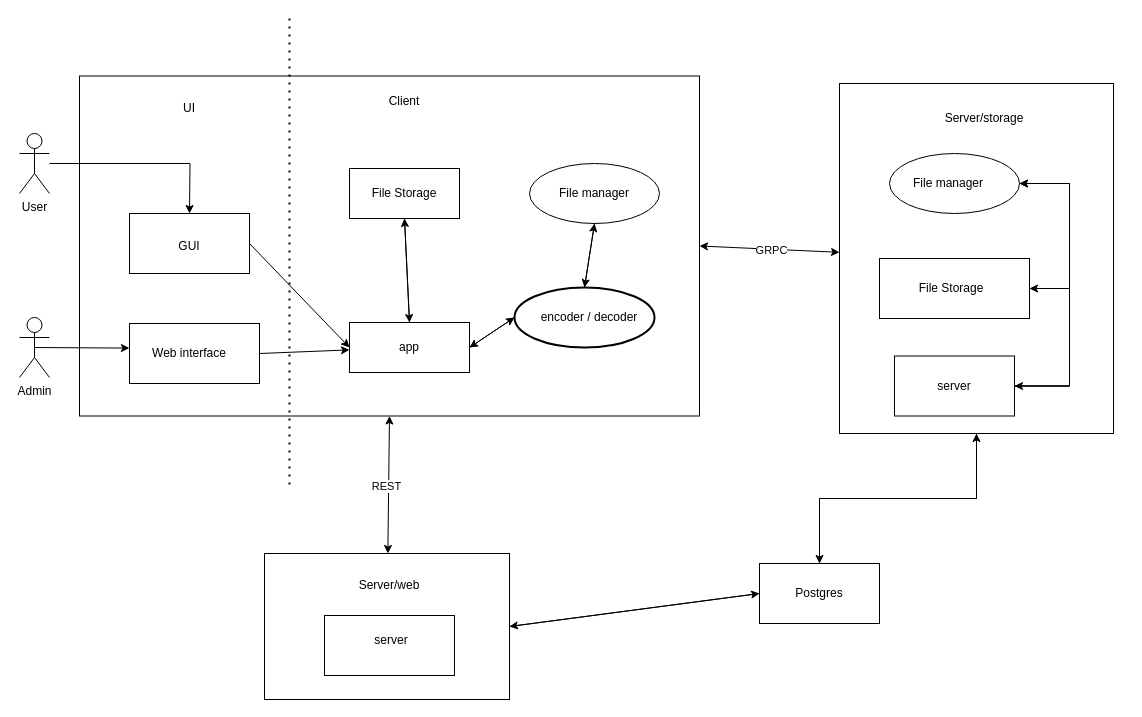
Before: schema.drawio in vasiliyantufev/GophKeeper, a draw.io diagram. Source tidied: cells renumbered, new cells numbered last; positions are measured from the earlier drawing's top-left corner, leaving out a move shared by most shapes. Both pictures are drawn from the tidied source at 100%, with x=0, y=0 at pixel (19, 18).
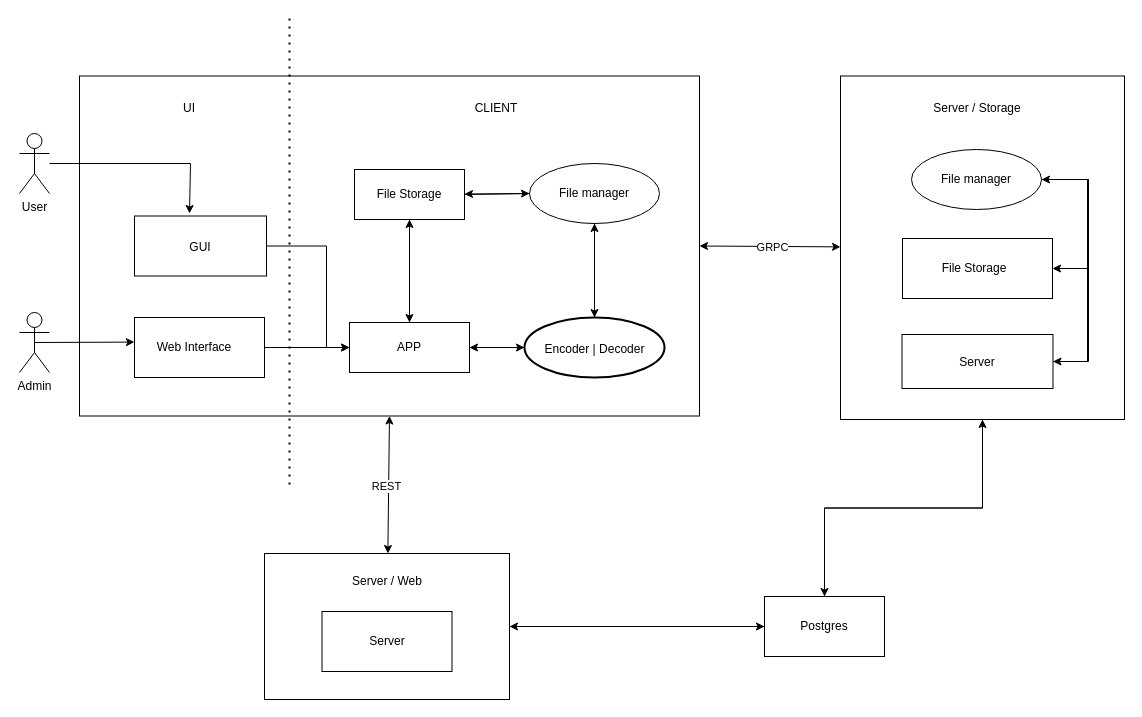
The same diagram, later.

The change refers to these unchanged cells:
```xml
<mxCell id="19" style="ellipse;whiteSpace=wrap;html=1;" parent="18" vertex="1">
  <mxGeometry width="130" height="60" as="geometry" />
</mxCell>
<mxCell id="37" value="User" style="shape=umlActor;verticalLabelPosition=bottom;verticalAlign=top;html=1;outlineConnect=0;" parent="1" vertex="1">
  <mxGeometry y="115" width="30" height="60" as="geometry" />
</mxCell>
```

The edit, as a diff of the source:
```diff
@@
     <mxCell id="3" style="rounded=0;whiteSpace=wrap;html=1;" parent="1" vertex="1">
-      <mxGeometry x="820" y="65" width="274" height="350" as="geometry" />
+      <mxGeometry x="821" y="57.5" width="284" height="343.5" as="geometry" />
     </mxCell>
@@
-    <mxCell id="7" value="app" style="html=1;whiteSpace=wrap;" parent="1" vertex="1">
+    <mxCell id="7" value="APP" style="html=1;whiteSpace=wrap;" parent="1" vertex="1">
       <mxGeometry x="330" y="304" width="120" height="50" as="geometry" />
     </mxCell>
@@
+    <mxCell id="59" style="edgeStyle=none;rounded=0;jettySize=auto;html=1;exitX=1;exitY=0.5;exitDx=0;exitDy=0;entryX=0;entryY=0.5;entryDx=0;entryDy=0;" parent="1" edge="1" source="9" target="19">
+      <mxGeometry relative="1" as="geometry" />
+    </mxCell>
     <mxCell id="9" value="&lt;div&gt;File Storage&lt;/div&gt;" style="html=1;whiteSpace=wrap;" parent="1" vertex="1">
-      <mxGeometry x="330" y="150" width="110" height="50" as="geometry" />
+      <mxGeometry x="335" y="151" width="110" height="50" as="geometry" />
     </mxCell>
@@
     <mxCell id="12" style="strokeWidth=2;html=1;shape=mxgraph.flowchart.start_1;whiteSpace=wrap;" parent="1" vertex="1">
-      <mxGeometry x="495" y="269" width="140" height="60" as="geometry" />
+      <mxGeometry x="505" y="299" width="140" height="60" as="geometry" />
     </mxCell>
-    <mxCell id="13" style="edgeStyle=orthogonalEdgeStyle;rounded=0;jettySize=auto;html=1;exitX=1;exitY=0.5;exitDx=0;exitDy=0;entryX=1;entryY=0.5;entryDx=0;entryDy=0;" parent="1" edge="1" source="14" target="43">
-      <mxGeometry relative="1" as="geometry">
-        <Array as="points">
-          <mxPoint x="1050" y="270" />
-          <mxPoint x="1050" y="165" />
-        </Array>
-      </mxGeometry>
-    </mxCell>
-    <mxCell id="14" style="rounded=0;whiteSpace=wrap;html=1;" parent="1" vertex="1">
-      <mxGeometry x="860" y="240" width="150" height="60" as="geometry" />
-    </mxCell>
-    <mxCell id="15" style="rounded=0;whiteSpace=wrap;html=1;" parent="1" vertex="1">
-      <mxGeometry x="305" y="597" width="130" height="60" as="geometry" />
-    </mxCell>
@@
-    <mxCell id="17" value="encoder / decoder" style="text;html=1;strokeColor=none;fillColor=none;align=center;verticalAlign=middle;whiteSpace=wrap;rounded=0;" parent="1" vertex="1">
-      <mxGeometry x="520" y="284" width="100" height="30" as="geometry" />
+    <mxCell id="17" value="Encoder | Decoder" style="text;html=1;strokeColor=none;fillColor=none;align=center;verticalAlign=middle;whiteSpace=wrap;rounded=0;" parent="1" vertex="1">
+      <mxGeometry x="519.5" y="316" width="111" height="30" as="geometry" />
     </mxCell>
@@
-    <mxCell id="21" value="Server/storage" style="text;html=1;strokeColor=none;fillColor=none;align=center;verticalAlign=middle;whiteSpace=wrap;rounded=0;" parent="1" vertex="1">
-      <mxGeometry x="900" y="85" width="130" height="30" as="geometry" />
+    <mxCell id="21" value="Server / Storage" style="text;html=1;strokeColor=none;fillColor=none;align=center;verticalAlign=middle;whiteSpace=wrap;rounded=0;" parent="1" vertex="1">
+      <mxGeometry x="893" y="75" width="130" height="30" as="geometry" />
     </mxCell>
-    <mxCell id="22" value="server" style="text;html=1;strokeColor=none;fillColor=none;align=center;verticalAlign=middle;whiteSpace=wrap;rounded=0;" parent="1" vertex="1">
-      <mxGeometry x="342" y="607" width="60" height="30" as="geometry" />
-    </mxCell>
-    <mxCell id="23" value="&lt;div&gt;Client&lt;/div&gt;&lt;div&gt;&lt;br&gt;&lt;/div&gt;" style="text;html=1;strokeColor=none;fillColor=none;align=center;verticalAlign=middle;whiteSpace=wrap;rounded=0;" parent="1" vertex="1">
-      <mxGeometry x="355" y="75" width="60" height="30" as="geometry" />
+    <mxCell id="23" value="CLIENT" style="text;html=1;strokeColor=none;fillColor=none;align=center;verticalAlign=middle;whiteSpace=wrap;rounded=0;" parent="1" vertex="1">
+      <mxGeometry x="447" y="75" width="60" height="30" as="geometry" />
     </mxCell>
@@
-    <mxCell id="25" style="edgeStyle=none;rounded=0;jettySize=auto;html=1;exitX=1;exitY=0.5;exitDx=0;exitDy=0;entryX=0;entryY=0.5;entryDx=0;entryDy=0;" parent="1" edge="1" source="26" target="7">
-      <mxGeometry relative="1" as="geometry" />
+    <mxCell id="25" style="edgeStyle=orthogonalEdgeStyle;rounded=0;jettySize=auto;html=1;exitX=1;exitY=0.5;exitDx=0;exitDy=0;entryX=0;entryY=0.5;entryDx=0;entryDy=0;" parent="1" edge="1" source="26" target="7">
+      <mxGeometry relative="1" as="geometry">
+        <Array as="points">
+          <mxPoint x="307" y="228" />
+          <mxPoint x="307" y="329" />
+        </Array>
+      </mxGeometry>
     </mxCell>
     <mxCell id="26" style="rounded=0;whiteSpace=wrap;html=1;" parent="1" vertex="1">
-      <mxGeometry x="110" y="195" width="120" height="60" as="geometry" />
+      <mxGeometry x="115" y="197.5" width="132" height="60" as="geometry" />
     </mxCell>
-    <mxCell id="27" style="rounded=0;whiteSpace=wrap;html=1;" parent="1" vertex="1">
-      <mxGeometry x="110" y="305" width="130" height="60" as="geometry" />
-    </mxCell>
     <mxCell id="28" value="&lt;div&gt;GUI&lt;/div&gt;" style="text;html=1;strokeColor=none;fillColor=none;align=center;verticalAlign=middle;whiteSpace=wrap;rounded=0;" parent="1" vertex="1">
-      <mxGeometry x="140" y="212.5" width="60" height="30" as="geometry" />
+      <mxGeometry x="151" y="214.2" width="60" height="30" as="geometry" />
     </mxCell>
@@
-    <mxCell id="30" value="Web interface" style="text;html=1;strokeColor=none;fillColor=none;align=center;verticalAlign=middle;whiteSpace=wrap;rounded=0;" parent="1" vertex="1">
-      <mxGeometry x="100" y="320" width="140" height="30" as="geometry" />
-    </mxCell>
-    <mxCell id="31" value="File Storage" style="text;html=1;strokeColor=none;fillColor=none;align=center;verticalAlign=middle;whiteSpace=wrap;rounded=0;" parent="1" vertex="1">
-      <mxGeometry x="894.2" y="255" width="75.8" height="30" as="geometry" />
-    </mxCell>
@@
     <mxCell id="34" style="rounded=0;whiteSpace=wrap;html=1;" parent="1" vertex="1">
-      <mxGeometry x="740" y="545" width="120" height="60" as="geometry" />
+      <mxGeometry x="745" y="578" width="120" height="60" as="geometry" />
     </mxCell>
     <mxCell id="35" value="Postgres" style="text;html=1;strokeColor=none;fillColor=none;align=center;verticalAlign=middle;whiteSpace=wrap;rounded=0;" parent="1" vertex="1">
-      <mxGeometry x="770" y="560" width="60" height="30" as="geometry" />
+      <mxGeometry x="775" y="593" width="60" height="30" as="geometry" />
     </mxCell>
     <mxCell id="36" style="edgeStyle=orthogonalEdgeStyle;rounded=0;jettySize=auto;html=1;" parent="1" edge="1" source="37">
       <mxGeometry relative="1" as="geometry">
         <mxPoint x="170" y="195" as="targetPoint" />
+        <Array as="points">
+          <mxPoint x="171" y="145" />
+        </Array>
       </mxGeometry>
     </mxCell>
@@
     <mxCell id="39" value="Admin" style="shape=umlActor;verticalLabelPosition=bottom;verticalAlign=top;html=1;outlineConnect=0;" parent="1" vertex="1">
-      <mxGeometry y="299" width="30" height="60" as="geometry" />
+      <mxGeometry y="294" width="30" height="60" as="geometry" />
     </mxCell>
@@
-    <mxCell id="41" style="group;" parent="1" vertex="1">
-      <mxGeometry x="870" y="135" width="130" height="60" as="geometry" />
-    </mxCell>
-    <mxCell id="42" style="group;" parent="41" vertex="1">
-      <mxGeometry width="130" height="60" as="geometry" />
-    </mxCell>
-    <mxCell id="43" style="ellipse;whiteSpace=wrap;html=1;" parent="42" vertex="1">
-      <mxGeometry width="130" height="60" as="geometry" />
-    </mxCell>
-    <mxCell id="44" value="File manager" style="text;html=1;strokeColor=none;fillColor=none;align=center;verticalAlign=middle;whiteSpace=wrap;rounded=0;" parent="41" vertex="1">
-      <mxGeometry x="5" y="17.5" width="108.3" height="25" as="geometry" />
-    </mxCell>
-    <mxCell id="45" style="group;" parent="1" vertex="1">
-      <mxGeometry x="875" y="337.5" width="120" height="60" as="geometry" />
-    </mxCell>
-    <mxCell id="46" style="rounded=0;whiteSpace=wrap;html=1;" parent="45" vertex="1">
-      <mxGeometry width="120" height="60" as="geometry" />
-    </mxCell>
-    <mxCell id="47" value="server" style="text;html=1;strokeColor=none;fillColor=none;align=center;verticalAlign=middle;whiteSpace=wrap;rounded=0;" parent="45" vertex="1">
-      <mxGeometry x="30" y="15" width="60" height="30" as="geometry" />
-    </mxCell>
@@
-    <mxCell id="49" style="edgeStyle=orthogonalEdgeStyle;rounded=0;jettySize=auto;html=1;exitX=1;exitY=0.5;exitDx=0;exitDy=0;entryX=1;entryY=0.5;entryDx=0;entryDy=0;" parent="1" edge="1" source="43" target="46">
-      <mxGeometry relative="1" as="geometry">
-        <Array as="points">
-          <mxPoint x="1050" y="165" />
-          <mxPoint x="1050" y="368" />
-        </Array>
-      </mxGeometry>
-    </mxCell>
-    <mxCell id="50" style="edgeStyle=orthogonalEdgeStyle;rounded=0;jettySize=auto;html=1;exitX=1;exitY=0.5;exitDx=0;exitDy=0;entryX=1;entryY=0.5;entryDx=0;entryDy=0;" parent="1" edge="1" source="46" target="43">
-      <mxGeometry relative="1" as="geometry">
-        <Array as="points">
-          <mxPoint x="1050" y="368" />
-          <mxPoint x="1050" y="165" />
-        </Array>
-      </mxGeometry>
-    </mxCell>
-    <mxCell id="51" style="edgeStyle=orthogonalEdgeStyle;rounded=0;jettySize=auto;html=1;exitX=1;exitY=0.5;exitDx=0;exitDy=0;entryX=1;entryY=0.5;entryDx=0;entryDy=0;" parent="1" edge="1" source="46" target="14">
-      <mxGeometry relative="1" as="geometry">
-        <Array as="points">
-          <mxPoint x="1050" y="368" />
-          <mxPoint x="1050" y="270" />
-        </Array>
-      </mxGeometry>
-    </mxCell>
@@
-    <mxCell id="58" value="Server/web" style="text;html=1;strokeColor=none;fillColor=none;align=center;verticalAlign=middle;whiteSpace=wrap;rounded=0;" parent="1" vertex="1">
-      <mxGeometry x="340" y="552" width="60" height="30" as="geometry" />
+    <mxCell id="58" value="&lt;div&gt;Server / Web&lt;/div&gt;" style="text;html=1;strokeColor=none;fillColor=none;align=center;verticalAlign=middle;whiteSpace=wrap;rounded=0;" parent="1" vertex="1">
+      <mxGeometry x="328.5" y="548" width="78" height="30" as="geometry" />
     </mxCell>
+    <mxCell id="60" style="group;" parent="1" vertex="1">
+      <mxGeometry x="105" y="299" width="140" height="60" as="geometry" />
+    </mxCell>
+    <mxCell id="27" style="rounded=0;whiteSpace=wrap;html=1;" parent="60" vertex="1">
+      <mxGeometry x="10" width="130" height="60" as="geometry" />
+    </mxCell>
+    <mxCell id="30" value="&lt;div&gt;Web Interface&lt;/div&gt;" style="text;html=1;strokeColor=none;fillColor=none;align=center;verticalAlign=middle;whiteSpace=wrap;rounded=0;" parent="60" vertex="1">
+      <mxGeometry y="15" width="140" height="30" as="geometry" />
+    </mxCell>
+    <mxCell id="61" style="edgeStyle=none;rounded=0;jettySize=auto;html=1;exitX=0;exitY=0.5;exitDx=0;exitDy=0;" parent="1" edge="1" source="19" target="9">
+      <mxGeometry relative="1" as="geometry" />
+    </mxCell>
+    <mxCell id="62" style="group;" parent="1" vertex="1">
+      <mxGeometry x="302.5" y="593" width="130" height="60" as="geometry" />
+    </mxCell>
+    <mxCell id="15" style="rounded=0;whiteSpace=wrap;html=1;" parent="62" vertex="1">
+      <mxGeometry width="130" height="60" as="geometry" />
+    </mxCell>
+    <mxCell id="22" value="&lt;div&gt;Server&lt;/div&gt;" style="text;html=1;strokeColor=none;fillColor=none;align=center;verticalAlign=middle;whiteSpace=wrap;rounded=0;" parent="62" vertex="1">
+      <mxGeometry x="35" y="15" width="60" height="30" as="geometry" />
+    </mxCell>
+    <mxCell id="63" style="group;" parent="1" vertex="1">
+      <mxGeometry x="883" y="220" width="150" height="60" as="geometry" />
+    </mxCell>
+    <mxCell id="14" style="rounded=0;whiteSpace=wrap;html=1;" parent="63" vertex="1">
+      <mxGeometry width="150" height="60" as="geometry" />
+    </mxCell>
+    <mxCell id="31" value="File Storage" style="text;html=1;strokeColor=none;fillColor=none;align=center;verticalAlign=middle;whiteSpace=wrap;rounded=0;" parent="63" vertex="1">
+      <mxGeometry x="34.2" y="15" width="75.8" height="30" as="geometry" />
+    </mxCell>
+    <mxCell id="64" style="edgeStyle=orthogonalEdgeStyle;rounded=0;jettySize=auto;html=1;exitX=1;exitY=0.5;exitDx=0;exitDy=0;entryX=1;entryY=0.5;entryDx=0;entryDy=0;" parent="1" edge="1" source="65" target="43">
+      <mxGeometry relative="1" as="geometry">
+        <Array as="points">
+          <mxPoint x="1068" y="343" />
+          <mxPoint x="1068" y="161" />
+        </Array>
+      </mxGeometry>
+    </mxCell>
+    <mxCell id="65" style="rounded=0;whiteSpace=wrap;html=1;" parent="1" vertex="1">
+      <mxGeometry x="882.5" y="316" width="151" height="54" as="geometry" />
+    </mxCell>
+    <mxCell id="47" value="Server" style="text;html=1;strokeColor=none;fillColor=none;align=center;verticalAlign=middle;whiteSpace=wrap;rounded=0;" parent="1" vertex="1">
+      <mxGeometry x="913" y="329" width="89.9" height="30" as="geometry" />
+    </mxCell>
+    <mxCell id="66" style="group;" parent="1" vertex="1">
+      <mxGeometry x="892" y="131" width="130" height="60" as="geometry" />
+    </mxCell>
+    <mxCell id="42" style="group;" parent="66" vertex="1">
+      <mxGeometry width="130" height="60" as="geometry" />
+    </mxCell>
+    <mxCell id="43" style="ellipse;whiteSpace=wrap;html=1;" parent="42" vertex="1">
+      <mxGeometry width="130" height="60" as="geometry" />
+    </mxCell>
+    <mxCell id="44" value="File manager" style="text;html=1;strokeColor=none;fillColor=none;align=center;verticalAlign=middle;whiteSpace=wrap;rounded=0;" parent="42" vertex="1">
+      <mxGeometry x="10.8" y="17.5" width="108.3" height="25" as="geometry" />
+    </mxCell>
+    <mxCell id="67" style="edgeStyle=orthogonalEdgeStyle;rounded=0;jettySize=auto;html=1;exitX=1;exitY=0.5;exitDx=0;exitDy=0;entryX=1;entryY=0.5;entryDx=0;entryDy=0;" parent="1" edge="1" source="43" target="65">
+      <mxGeometry relative="1" as="geometry">
+        <Array as="points">
+          <mxPoint x="1069" y="161" />
+          <mxPoint x="1069" y="343" />
+        </Array>
+      </mxGeometry>
+    </mxCell>
+    <mxCell id="68" style="edgeStyle=orthogonalEdgeStyle;rounded=0;jettySize=auto;html=1;exitX=1;exitY=0.5;exitDx=0;exitDy=0;entryX=1;entryY=0.5;entryDx=0;entryDy=0;" parent="1" edge="1" source="43" target="14">
+      <mxGeometry relative="1" as="geometry">
+        <Array as="points">
+          <mxPoint x="1069" y="161" />
+          <mxPoint x="1069" y="250" />
+        </Array>
+      </mxGeometry>
+    </mxCell>
```
